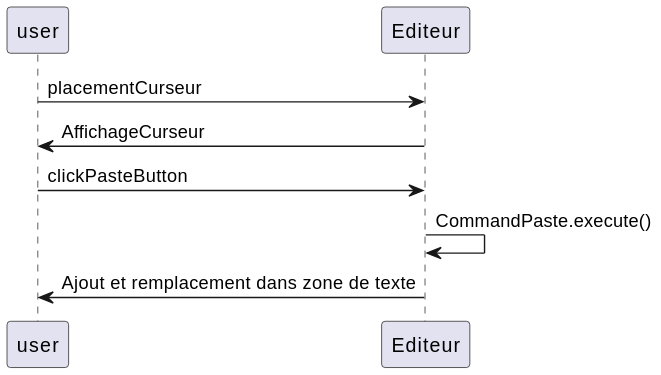
Before: UMLDiag/v1/SequenceColler.svg, a diagram exported from PlantUML (kiurow590/ESIR2_OMD_Project_Editor).
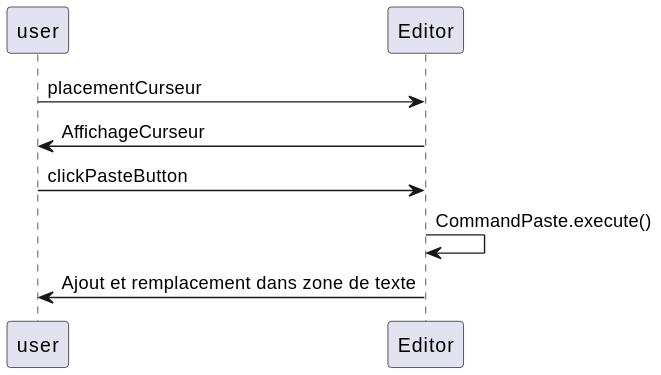
Above is the later version.

Change to the diagram source:
```diff
@@ -1,7 +1,7 @@
 @startuml
-user -> Editeur: placementCurseur
-Editeur -> user: AffichageCurseur
-user -> Editeur: clickPasteButton
-Editeur -> Editeur: CommandPaste.execute()
-Editeur -> user: Ajout et remplacement dans zone de texte
+user -> Editor: placementCurseur
+Editor -> user: AffichageCurseur
+user -> Editor: clickPasteButton
+Editor -> Editor: CommandPaste.execute()
+Editor -> user: Ajout et remplacement dans zone de texte
 @enduml
```
